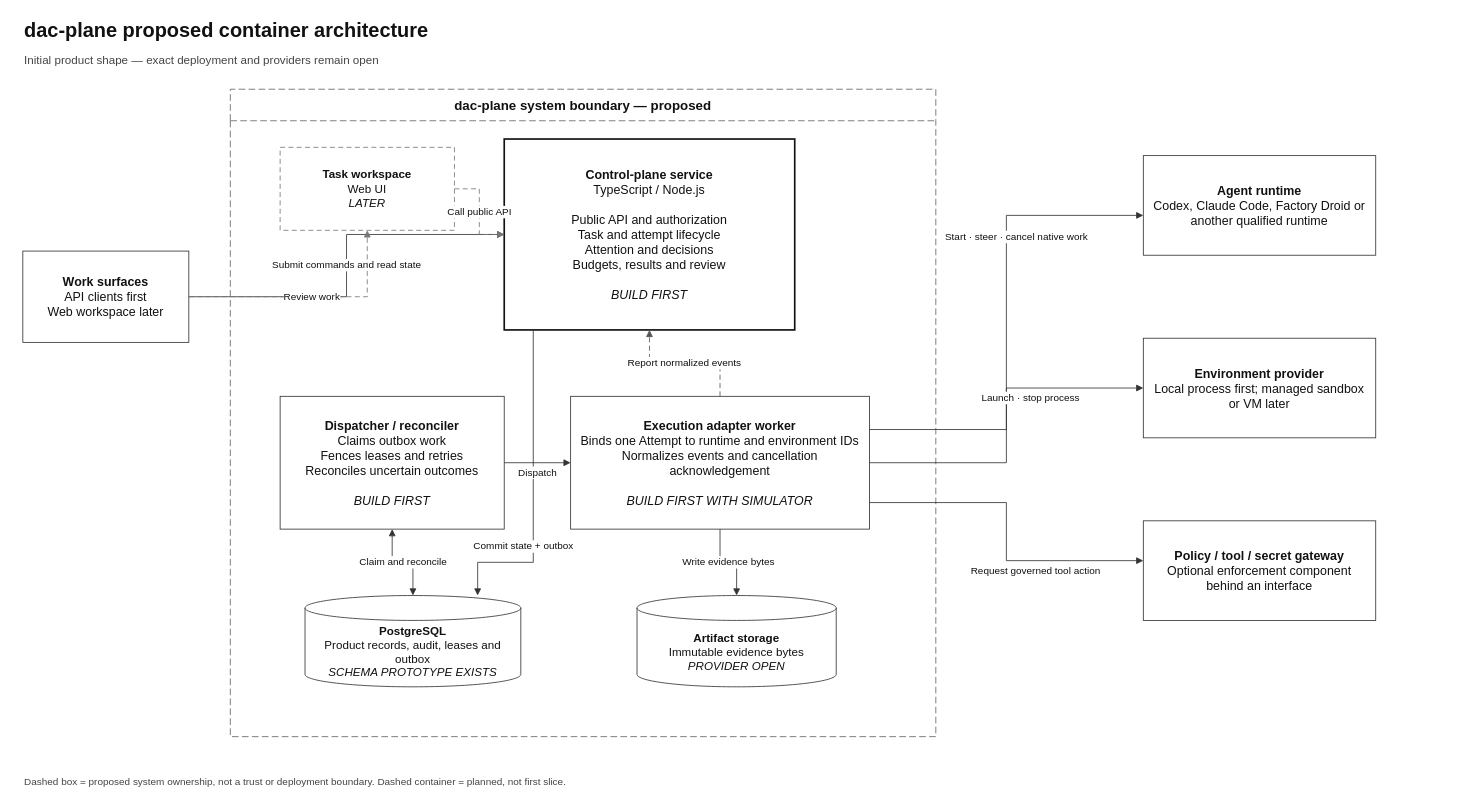
Above: docs/architecture/container-view.drawio in dac-plane/dac-plane (draw.io), before the change. Source tidied: cells renumbered, new cells numbered last; positions are measured from the earlier drawing's top-left corner, leaving out a move shared by most shapes. Both pictures are drawn from the tidied source at 83%, with x=0, y=0 at pixel (22, 14).
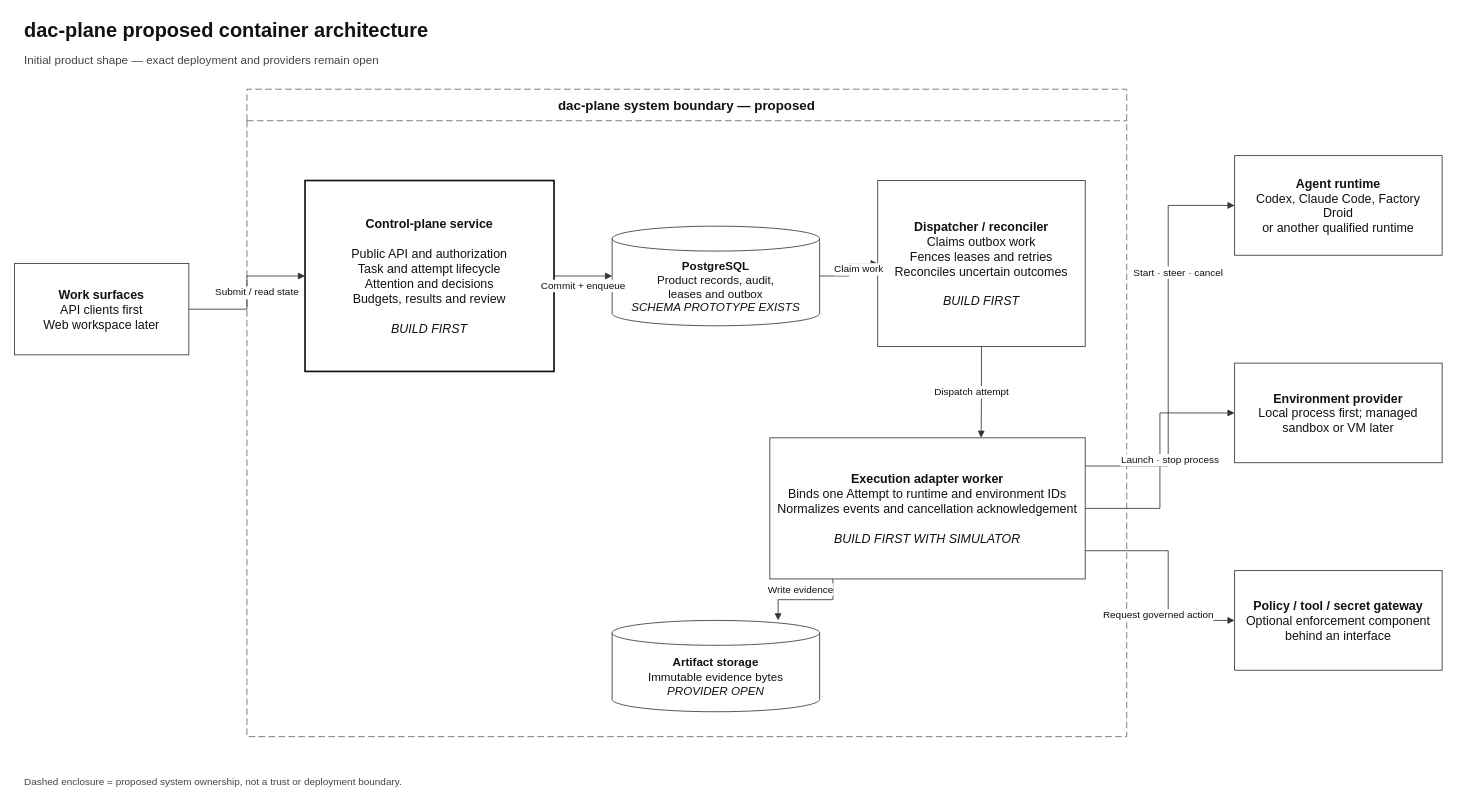
The same diagram, later.

Commit message (it also covers changes not shown here):
docs(architecture): select Go and improve diagram routing

What changed in the source:
```diff
@@
     <mxCell id="4" value="&lt;b&gt;Work surfaces&lt;/b&gt;&lt;br&gt;API clients first&lt;br&gt;Web workspace later" style="rounded=0;whiteSpace=wrap;html=1;fillColor=#FFFFFF;strokeColor=#333333;fontColor=#111111;fontSize=15;spacing=10;" parent="1" vertex="1">
-      <mxGeometry y="285" width="200" height="110" as="geometry" />
+      <mxGeometry x="-10" y="300" width="210" height="110" as="geometry" />
     </mxCell>
     <mxCell id="5" value="dac-plane system boundary — proposed" style="swimlane;horizontal=1;startSize=38;rounded=0;whiteSpace=wrap;html=1;fillColor=#FFFFFF;strokeColor=#666666;fontColor=#111111;fontSize=16;fontStyle=1;dashed=1;dashPattern=8 4;" parent="1" vertex="1">
-      <mxGeometry x="250" y="90" width="850" height="780" as="geometry" />
+      <mxGeometry x="270" y="90" width="1060" height="780" as="geometry" />
     </mxCell>
-    <mxCell id="6" value="&lt;b&gt;Task workspace&lt;/b&gt;&lt;br&gt;Web UI&lt;br&gt;&lt;i&gt;LATER&lt;/i&gt;" style="rounded=0;whiteSpace=wrap;html=1;fillColor=#FFFFFF;strokeColor=#777777;dashed=1;dashPattern=6 4;fontColor=#111111;fontSize=14;spacing=8;" parent="1" vertex="1">
-      <mxGeometry x="310" y="160" width="210" height="100" as="geometry" />
-    </mxCell>
-    <mxCell id="7" value="&lt;b&gt;Control-plane service&lt;/b&gt;&lt;br&gt;TypeScript / Node.js&lt;br&gt;&lt;br&gt;Public API and authorization&lt;br&gt;Task and attempt lifecycle&lt;br&gt;Attention and decisions&lt;br&gt;Budgets, results and review&lt;br&gt;&lt;br&gt;&lt;i&gt;BUILD FIRST&lt;/i&gt;" style="rounded=0;whiteSpace=wrap;html=1;fillColor=#FFFFFF;strokeColor=#111111;strokeWidth=2;fontColor=#111111;fontSize=15;spacing=10;" parent="1" vertex="1">
-      <mxGeometry x="580" y="150" width="350" height="230" as="geometry" />
+    <mxCell id="7" value="&lt;b&gt;Control-plane service&lt;/b&gt;&lt;br&gt;&lt;br&gt;Public API and authorization&lt;br&gt;Task and attempt lifecycle&lt;br&gt;Attention and decisions&lt;br&gt;Budgets, results and review&lt;br&gt;&lt;br&gt;&lt;i&gt;BUILD FIRST&lt;/i&gt;" style="rounded=0;whiteSpace=wrap;html=1;fillColor=#FFFFFF;strokeColor=#111111;strokeWidth=2;fontColor=#111111;fontSize=15;spacing=10;" parent="1" vertex="1">
+      <mxGeometry x="340" y="200" width="300" height="230" as="geometry" />
     </mxCell>
+    <mxCell id="10" value="&lt;b&gt;PostgreSQL&lt;/b&gt;&lt;br&gt;Product records, audit,&lt;br&gt;leases and outbox&lt;br&gt;&lt;i&gt;SCHEMA PROTOTYPE EXISTS&lt;/i&gt;" style="shape=cylinder3;whiteSpace=wrap;html=1;boundedLbl=1;backgroundOutline=1;fillColor=#FFFFFF;strokeColor=#333333;fontColor=#111111;fontSize=14;spacing=8;" parent="1" vertex="1">
+      <mxGeometry x="710" y="255" width="250" height="120" as="geometry" />
+    </mxCell>
     <mxCell id="8" value="&lt;b&gt;Dispatcher / reconciler&lt;/b&gt;&lt;br&gt;Claims outbox work&lt;br&gt;Fences leases and retries&lt;br&gt;Reconciles uncertain outcomes&lt;br&gt;&lt;br&gt;&lt;i&gt;BUILD FIRST&lt;/i&gt;" style="rounded=0;whiteSpace=wrap;html=1;fillColor=#FFFFFF;strokeColor=#333333;fontColor=#111111;fontSize=15;spacing=10;" parent="1" vertex="1">
-      <mxGeometry x="310" y="460" width="270" height="160" as="geometry" />
+      <mxGeometry x="1030" y="200" width="250" height="200" as="geometry" />
     </mxCell>
     <mxCell id="9" value="&lt;b&gt;Execution adapter worker&lt;/b&gt;&lt;br&gt;Binds one Attempt to runtime and environment IDs&lt;br&gt;Normalizes events and cancellation acknowledgement&lt;br&gt;&lt;br&gt;&lt;i&gt;BUILD FIRST WITH SIMULATOR&lt;/i&gt;" style="rounded=0;whiteSpace=wrap;html=1;fillColor=#FFFFFF;strokeColor=#333333;fontColor=#111111;fontSize=15;spacing=10;" parent="1" vertex="1">
-      <mxGeometry x="660" y="460" width="360" height="160" as="geometry" />
+      <mxGeometry x="900" y="510" width="380" height="170" as="geometry" />
     </mxCell>
-    <mxCell id="10" value="&lt;b&gt;PostgreSQL&lt;/b&gt;&lt;br&gt;Product records, audit, leases and outbox&lt;br&gt;&lt;i&gt;SCHEMA PROTOTYPE EXISTS&lt;/i&gt;" style="shape=cylinder3;whiteSpace=wrap;html=1;boundedLbl=1;backgroundOutline=1;fillColor=#FFFFFF;strokeColor=#333333;fontColor=#111111;fontSize=14;spacing=8;" parent="1" vertex="1">
-      <mxGeometry x="340" y="700" width="260" height="110" as="geometry" />
-    </mxCell>
     <mxCell id="11" value="&lt;b&gt;Artifact storage&lt;/b&gt;&lt;br&gt;Immutable evidence bytes&lt;br&gt;&lt;i&gt;PROVIDER OPEN&lt;/i&gt;" style="shape=cylinder3;whiteSpace=wrap;html=1;boundedLbl=1;backgroundOutline=1;fillColor=#FFFFFF;strokeColor=#333333;fontColor=#111111;fontSize=14;spacing=8;" parent="1" vertex="1">
-      <mxGeometry x="740" y="700" width="240" height="110" as="geometry" />
+      <mxGeometry x="710" y="730" width="250" height="110" as="geometry" />
     </mxCell>
-    <mxCell id="12" value="&lt;b&gt;Agent runtime&lt;/b&gt;&lt;br&gt;Codex, Claude Code, Factory Droid or another qualified runtime" style="rounded=0;whiteSpace=wrap;html=1;fillColor=#FFFFFF;strokeColor=#333333;fontColor=#111111;fontSize=15;spacing=10;" parent="1" vertex="1">
-      <mxGeometry x="1350" y="170" width="280" height="120" as="geometry" />
+    <mxCell id="12" value="&lt;b&gt;Agent runtime&lt;/b&gt;&lt;br&gt;Codex, Claude Code, Factory Droid&lt;br&gt;or another qualified runtime" style="rounded=0;whiteSpace=wrap;html=1;fillColor=#FFFFFF;strokeColor=#333333;fontColor=#111111;fontSize=15;spacing=10;" parent="1" vertex="1">
+      <mxGeometry x="1460" y="170" width="250" height="120" as="geometry" />
     </mxCell>
-    <mxCell id="13" value="&lt;b&gt;Environment provider&lt;/b&gt;&lt;br&gt;Local process first; managed sandbox or VM later" style="rounded=0;whiteSpace=wrap;html=1;fillColor=#FFFFFF;strokeColor=#333333;fontColor=#111111;fontSize=15;spacing=10;" parent="1" vertex="1">
-      <mxGeometry x="1350" y="390" width="280" height="120" as="geometry" />
+    <mxCell id="13" value="&lt;b&gt;Environment provider&lt;/b&gt;&lt;br&gt;Local process first; managed&lt;br&gt;sandbox or VM later" style="rounded=0;whiteSpace=wrap;html=1;fillColor=#FFFFFF;strokeColor=#333333;fontColor=#111111;fontSize=15;spacing=10;" parent="1" vertex="1">
+      <mxGeometry x="1460" y="420" width="250" height="120" as="geometry" />
     </mxCell>
-    <mxCell id="14" value="&lt;b&gt;Policy / tool / secret gateway&lt;/b&gt;&lt;br&gt;Optional enforcement component behind an interface" style="rounded=0;whiteSpace=wrap;html=1;fillColor=#FFFFFF;strokeColor=#333333;fontColor=#111111;fontSize=15;spacing=10;" parent="1" vertex="1">
-      <mxGeometry x="1350" y="610" width="280" height="120" as="geometry" />
+    <mxCell id="14" value="&lt;b&gt;Policy / tool / secret gateway&lt;/b&gt;&lt;br&gt;Optional enforcement component&lt;br&gt;behind an interface" style="rounded=0;whiteSpace=wrap;html=1;fillColor=#FFFFFF;strokeColor=#333333;fontColor=#111111;fontSize=15;spacing=10;" parent="1" vertex="1">
+      <mxGeometry x="1460" y="670" width="250" height="120" as="geometry" />
     </mxCell>
-    <mxCell id="15" value="Dashed box = proposed system ownership, not a trust or deployment boundary. Dashed container = planned, not first slice." style="text;html=1;strokeColor=none;fillColor=none;align=left;verticalAlign=middle;fontSize=12;fontColor=#444444;" parent="1" vertex="1">
+    <mxCell id="15" value="Dashed enclosure = proposed system ownership, not a trust or deployment boundary." style="text;html=1;strokeColor=none;fillColor=none;align=left;verticalAlign=middle;fontSize=12;fontColor=#444444;" parent="1" vertex="1">
       <mxGeometry y="910" width="1000" height="30" as="geometry" />
     </mxCell>
-    <mxCell id="16" value="Submit commands and read state" style="edgeStyle=orthogonalEdgeStyle;rounded=0;jettySize=auto;html=1;strokeColor=#333333;fontColor=#111111;fontSize=12;labelBackgroundColor=#FFFFFF;endArrow=block;endFill=1;" parent="1" edge="1" source="4" target="7">
-      <mxGeometry relative="1" as="geometry" />
+    <mxCell id="16" value="Submit / read state" style="edgeStyle=orthogonalEdgeStyle;rounded=0;jettySize=auto;html=1;strokeColor=#333333;fontColor=#111111;fontSize=12;labelBackgroundColor=#FFFFFF;endArrow=block;endFill=1;exitX=1;exitY=0.5;exitDx=0;exitDy=0;entryX=0;entryY=0.5;entryDx=0;entryDy=0;" parent="1" edge="1" source="4" target="7">
+      <mxGeometry y="-12" relative="1" as="geometry" />
     </mxCell>
-    <mxCell id="17" value="Review work" style="edgeStyle=orthogonalEdgeStyle;rounded=0;jettySize=auto;html=1;strokeColor=#777777;dashed=1;dashPattern=6 4;fontColor=#111111;fontSize=12;labelBackgroundColor=#FFFFFF;endArrow=block;endFill=1;" parent="1" edge="1" source="4" target="6">
-      <mxGeometry relative="1" as="geometry" />
-    </mxCell>
-    <mxCell id="18" value="Call public API" style="edgeStyle=orthogonalEdgeStyle;rounded=0;jettySize=auto;html=1;strokeColor=#777777;dashed=1;dashPattern=6 4;fontColor=#111111;fontSize=12;labelBackgroundColor=#FFFFFF;endArrow=block;endFill=1;" parent="1" edge="1" source="6" target="7">
-      <mxGeometry relative="1" as="geometry" />
-    </mxCell>
-    <mxCell id="19" value="Commit state + outbox" style="edgeStyle=orthogonalEdgeStyle;rounded=0;jettySize=auto;html=1;strokeColor=#333333;fontColor=#111111;fontSize=12;labelBackgroundColor=#FFFFFF;endArrow=block;endFill=1;exitX=0.1;exitY=1;exitDx=0;exitDy=0;entryX=0.8;entryY=0;entryDx=0;entryDy=0;" parent="1" edge="1" source="7" target="10">
-      <mxGeometry x="0.35" y="-12" relative="1" as="geometry">
-        <Array as="points">
-          <mxPoint x="615" y="660" />
-          <mxPoint x="548" y="660" />
-        </Array>
-      </mxGeometry>
+    <mxCell id="19" value="Commit + enqueue" style="edgeStyle=orthogonalEdgeStyle;rounded=0;jettySize=auto;html=1;strokeColor=#333333;fontColor=#111111;fontSize=12;labelBackgroundColor=#FFFFFF;endArrow=block;endFill=1;exitX=1;exitY=0.5;exitDx=0;exitDy=0;entryX=0;entryY=0.5;entryDx=0;entryDy=0;" parent="1" edge="1" source="7" target="10">
+      <mxGeometry y="-12" relative="1" as="geometry" />
     </mxCell>
-    <mxCell id="20" value="Claim and reconcile" style="edgeStyle=orthogonalEdgeStyle;rounded=0;jettySize=auto;html=1;strokeColor=#333333;fontColor=#111111;fontSize=12;labelBackgroundColor=#FFFFFF;endArrow=block;endFill=1;startArrow=block;startFill=1;" parent="1" edge="1" source="8" target="10">
-      <mxGeometry relative="1" as="geometry" />
-    </mxCell>
+    <mxCell id="27" value="Claim work" style="edgeStyle=orthogonalEdgeStyle;rounded=0;jettySize=auto;html=1;strokeColor=#333333;fontColor=#111111;fontSize=12;labelBackgroundColor=#FFFFFF;endArrow=block;endFill=1;exitX=1;exitY=0.5;exitDx=0;exitDy=0;entryX=0;entryY=0.5;entryDx=0;entryDy=0;" parent="1" edge="1" source="10" target="8">
+      <mxGeometry y="-12" relative="1" as="geometry" />
+    </mxCell>
-    <mxCell id="21" value="Dispatch" style="edgeStyle=orthogonalEdgeStyle;rounded=0;jettySize=auto;html=1;strokeColor=#333333;fontColor=#111111;fontSize=12;labelBackgroundColor=#FFFFFF;endArrow=block;endFill=1;" parent="1" edge="1" source="8" target="9">
+    <mxCell id="21" value="Dispatch attempt" style="edgeStyle=orthogonalEdgeStyle;rounded=0;jettySize=auto;html=1;strokeColor=#333333;fontColor=#111111;fontSize=12;labelBackgroundColor=#FFFFFF;endArrow=block;endFill=1;exitX=0.5;exitY=1;exitDx=0;exitDy=0;entryX=0.67;entryY=0;entryDx=0;entryDy=0;" parent="1" edge="1" source="8" target="9">
       <mxGeometry y="-12" relative="1" as="geometry" />
     </mxCell>
-    <mxCell id="22" value="Report normalized events" style="edgeStyle=orthogonalEdgeStyle;rounded=0;jettySize=auto;html=1;strokeColor=#555555;dashed=1;dashPattern=6 4;fontColor=#111111;fontSize=12;labelBackgroundColor=#FFFFFF;endArrow=block;endFill=1;" parent="1" edge="1" source="9" target="7">
-      <mxGeometry relative="1" as="geometry" />
-    </mxCell>
-    <mxCell id="23" value="Write evidence bytes" style="edgeStyle=orthogonalEdgeStyle;rounded=0;jettySize=auto;html=1;strokeColor=#333333;fontColor=#111111;fontSize=12;labelBackgroundColor=#FFFFFF;endArrow=block;endFill=1;" parent="1" edge="1" source="9" target="11">
-      <mxGeometry relative="1" as="geometry" />
+    <mxCell id="23" value="Write evidence" style="edgeStyle=orthogonalEdgeStyle;rounded=0;jettySize=auto;html=1;strokeColor=#333333;fontColor=#111111;fontSize=12;labelBackgroundColor=#FFFFFF;endArrow=block;endFill=1;exitX=0.2;exitY=1;exitDx=0;exitDy=0;entryX=0.8;entryY=0;entryDx=0;entryDy=0;" parent="1" edge="1" source="9" target="11">
+      <mxGeometry x="0.1" y="-12" relative="1" as="geometry" />
     </mxCell>
-    <mxCell id="24" value="Start · steer · cancel native work" style="edgeStyle=orthogonalEdgeStyle;rounded=0;jettySize=auto;html=1;strokeColor=#333333;fontColor=#111111;fontSize=12;labelBackgroundColor=#FFFFFF;endArrow=block;endFill=1;exitX=1;exitY=0.25;exitDx=0;exitDy=0;entryX=0;entryY=0.6;entryDx=0;entryDy=0;" parent="1" edge="1" source="9" target="12">
-      <mxGeometry x="0.35" y="-12" relative="1" as="geometry" />
+    <mxCell id="24" value="Start · steer · cancel" style="edgeStyle=orthogonalEdgeStyle;rounded=0;jettySize=auto;html=1;strokeColor=#333333;fontColor=#111111;fontSize=12;labelBackgroundColor=#FFFFFF;endArrow=block;endFill=1;exitX=1;exitY=0.2;exitDx=0;exitDy=0;entryX=0;entryY=0.5;entryDx=0;entryDy=0;" parent="1" edge="1" source="9" target="12">
+      <mxGeometry x="0.35" y="-12" relative="1" as="geometry">
+        <Array as="points">
+          <mxPoint x="1380" y="544" />
+          <mxPoint x="1380" y="230" />
+        </Array>
+      </mxGeometry>
     </mxCell>
     <mxCell id="25" value="Launch · stop process" style="edgeStyle=orthogonalEdgeStyle;rounded=0;jettySize=auto;html=1;strokeColor=#333333;fontColor=#111111;fontSize=12;labelBackgroundColor=#FFFFFF;endArrow=block;endFill=1;exitX=1;exitY=0.5;exitDx=0;exitDy=0;entryX=0;entryY=0.5;entryDx=0;entryDy=0;" parent="1" edge="1" source="9" target="13">
-      <mxGeometry x="0.35" y="-12" relative="1" as="geometry" />
+      <mxGeometry y="-12" relative="1" as="geometry" />
     </mxCell>
-    <mxCell id="26" value="Request governed tool action" style="edgeStyle=orthogonalEdgeStyle;rounded=0;jettySize=auto;html=1;strokeColor=#333333;fontColor=#111111;fontSize=12;labelBackgroundColor=#FFFFFF;endArrow=block;endFill=1;exitX=1;exitY=0.8;exitDx=0;exitDy=0;entryX=0;entryY=0.4;entryDx=0;entryDy=0;" parent="1" edge="1" source="9" target="14">
-      <mxGeometry x="0.35" y="-12" relative="1" as="geometry" />
+    <mxCell id="26" value="Request governed action" style="edgeStyle=orthogonalEdgeStyle;rounded=0;jettySize=auto;html=1;strokeColor=#333333;fontColor=#111111;fontSize=12;labelBackgroundColor=#FFFFFF;endArrow=block;endFill=1;exitX=1;exitY=0.8;exitDx=0;exitDy=0;entryX=0;entryY=0.5;entryDx=0;entryDy=0;" parent="1" edge="1" source="9" target="14">
+      <mxGeometry x="0.35" y="-12" relative="1" as="geometry">
+        <Array as="points">
+          <mxPoint x="1380" y="646" />
+          <mxPoint x="1380" y="730" />
+        </Array>
+      </mxGeometry>
     </mxCell>
```
